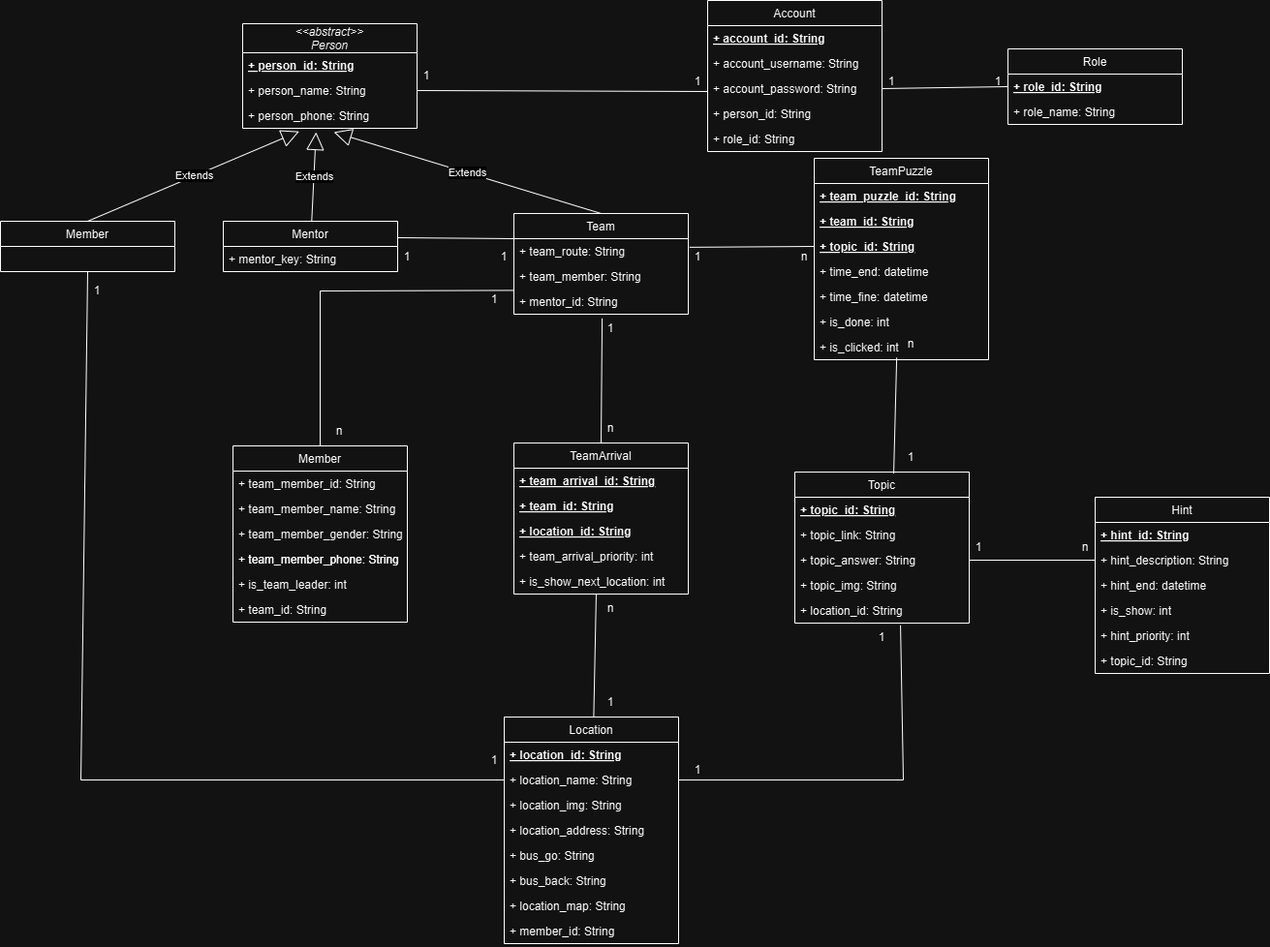
Tiendat06/ITZone_TeamBuilding keeps this draw.io diagram as config/TB_ClassDiagram.png. Above is the earlier version. Source tidied: cells renumbered, new cells last; positions are measured from the earlier drawing's top-left corner, leaving out a move shared by most shapes.
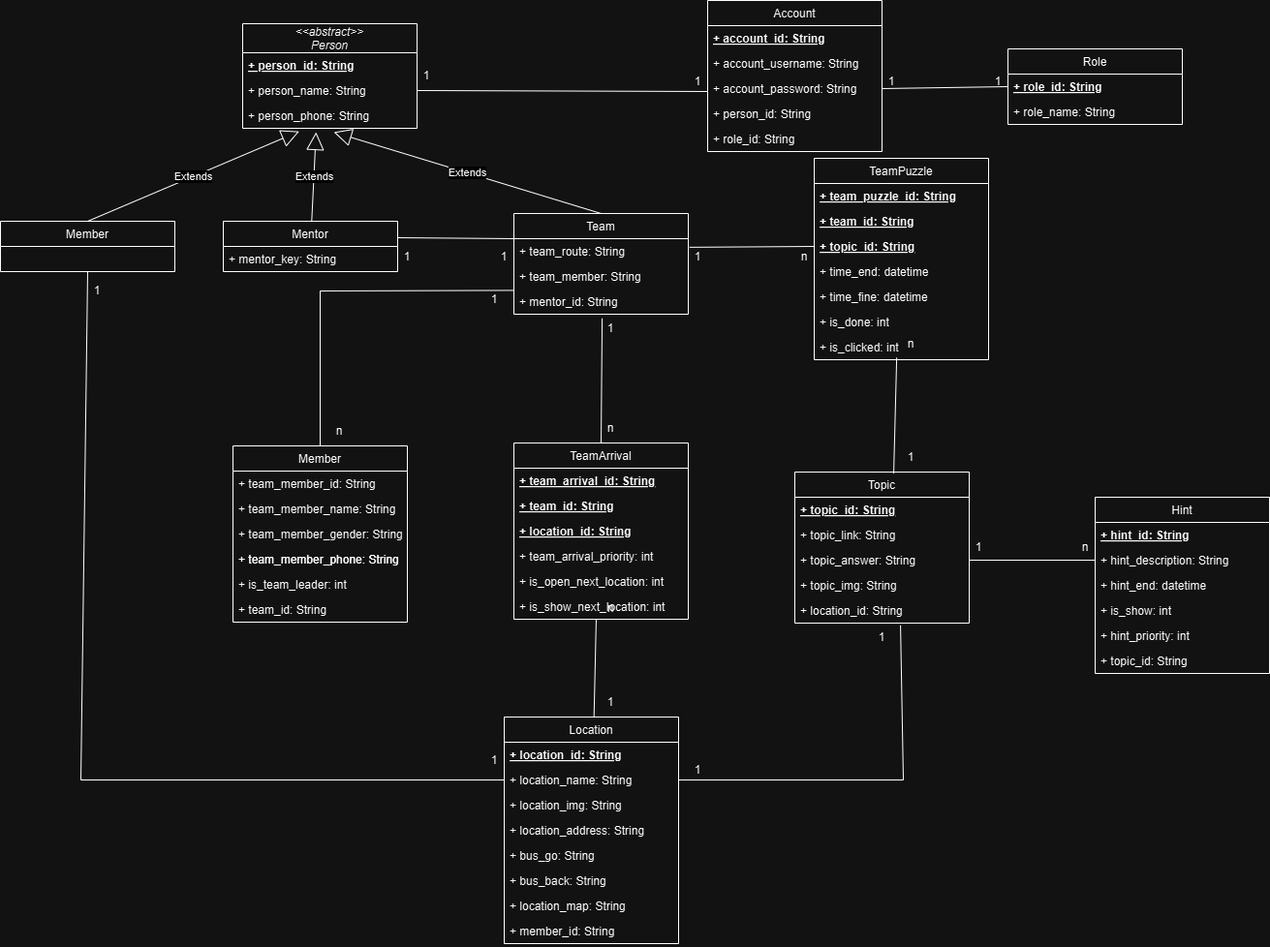
After the commit.

The edit, as a diff of the source:
```diff
@@ -160,7 +160,7 @@
       <mxGeometry x="600" y="613" width="60" height="30" as="geometry" />
     </mxCell>
     <mxCell id="53" value="TeamArrival" style="swimlane;fontStyle=0;horizontal=1;startSize=26;fillColor=none;" parent="1" vertex="1">
-      <mxGeometry x="530" y="457" width="180" height="156" as="geometry" />
+      <mxGeometry x="530" y="457" width="180" height="182" as="geometry" />
     </mxCell>
     <mxCell id="54" value="+ team_arrival_id: String" style="text;strokeColor=none;fillColor=none;align=left;verticalAlign=top;spacingLeft=4;spacingRight=4;overflow=hidden;fontStyle=5;" parent="53" vertex="1">
       <mxGeometry y="26" width="180" height="26" as="geometry" />
@@ -174,8 +174,11 @@
     <mxCell id="57" value="+ team_arrival_priority: int" style="text;strokeColor=none;fillColor=none;align=left;verticalAlign=top;spacingLeft=4;spacingRight=4;overflow=hidden;" parent="53" vertex="1">
       <mxGeometry y="104" width="180" height="26" as="geometry" />
     </mxCell>
+    <mxCell id="102" value="+ is_open_next_location: int" style="text;strokeColor=none;fillColor=none;align=left;verticalAlign=top;spacingLeft=4;spacingRight=4;overflow=hidden;" parent="53" vertex="1">
+      <mxGeometry y="130" width="180" height="26" as="geometry" />
+    </mxCell>
     <mxCell id="58" value="+ is_show_next_location: int" style="text;strokeColor=none;fillColor=none;align=left;verticalAlign=top;spacingLeft=4;spacingRight=4;overflow=hidden;points=[[0,0.5],[1,0.5]];portConstraint=eastwest;" parent="53" vertex="1">
-      <mxGeometry y="130" width="180" height="26" as="geometry" />
+      <mxGeometry y="156" width="180" height="26" as="geometry" />
     </mxCell>
     <mxCell id="59" style="endArrow=none;html=1;rounded=0;exitX=1.007;exitY=0.341;exitDx=0;exitDy=0;exitPerimeter=0;entryX=0;entryY=0.5;entryDx=0;entryDy=0;" parent="1" edge="1" source="9" target="68">
       <mxGeometry relative="1" as="geometry" />
```
